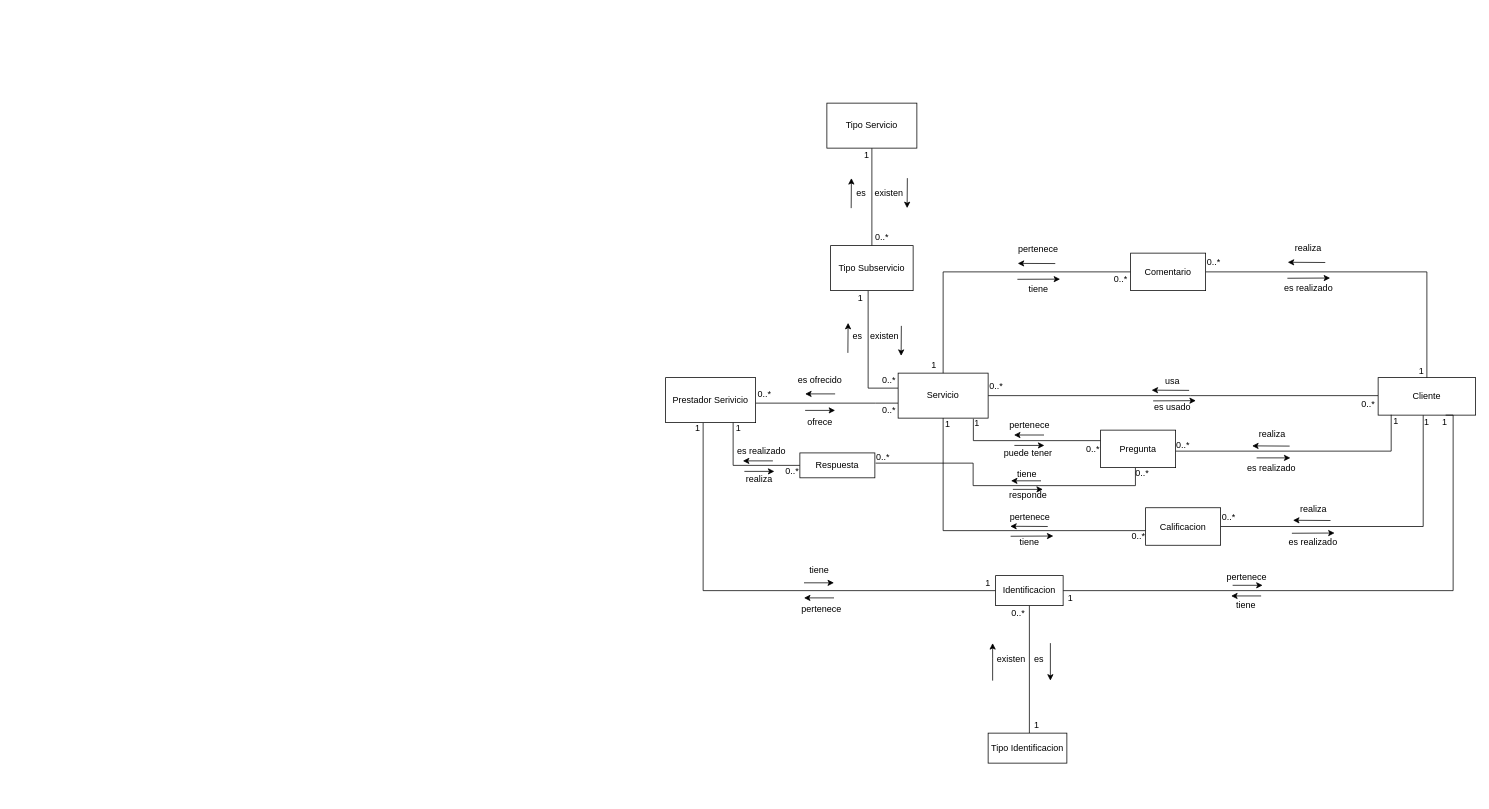
Earlier version of the draw.io diagram Extra Clase/Modelado de dominio/Modelo anemico/DDD_ModeloAnemicoExtraClase.drawio (F3liP3L/Proyecto-Documentacion). Source tidied: cells renumbered, new cells numbered last; positions are measured from the earlier drawing's top-left corner, leaving out a move shared by most shapes. Both pictures are drawn from the tidied source at 75%, with x=0, y=0 at pixel (665, 103).
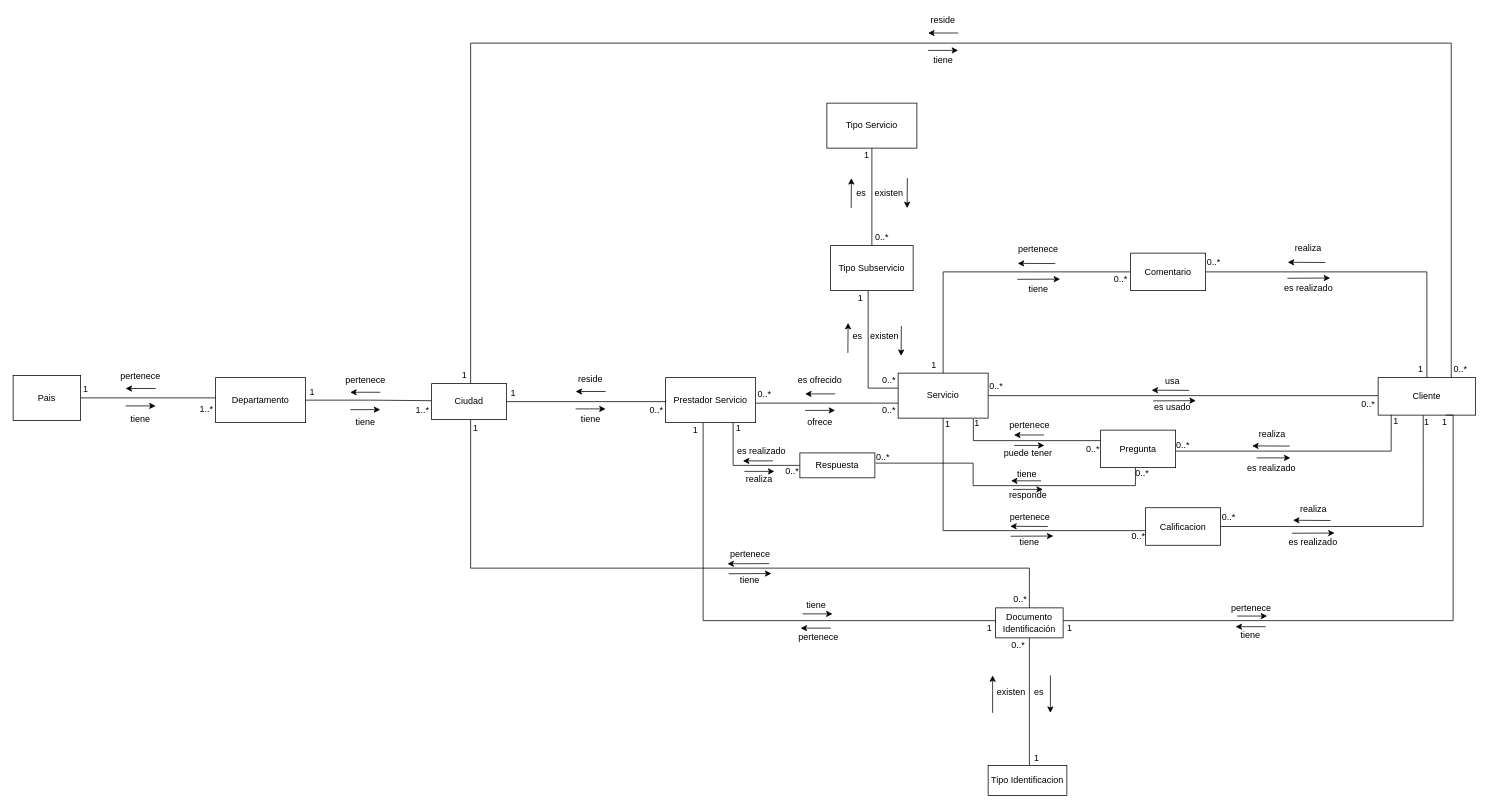
The same page after the edit.

Commit message (it also covers changes not shown here):
correcion modelo de dominio y diagrama de clases

Unchanged cells that the change refers to:
```xml
<mxCell id="11" value="Cliente" style="rounded=0;whiteSpace=wrap;html=1;" parent="1" vertex="1">
  <mxGeometry x="950" y="366" width="130" height="50" as="geometry" />
</mxCell>
```

Diff of the diagram source:
```diff
@@
     <mxCell id="3" style="edgeStyle=orthogonalEdgeStyle;rounded=0;jettySize=auto;html=1;entryX=0;entryY=0.5;entryDx=0;entryDy=0;endArrow=none;endFill=0;" parent="1" edge="1" source="4" target="20">
       <mxGeometry relative="1" as="geometry">
         <Array as="points">
-          <mxPoint x="50" y="650" />
+          <mxPoint x="50" y="690" />
+          <mxPoint x="440" y="690" />
         </Array>
       </mxGeometry>
     </mxCell>
-    <mxCell id="4" value="Prestador Serivicio" style="rounded=0;whiteSpace=wrap;html=1;" parent="1" vertex="1">
+    <mxCell id="4" value="Prestador Servicio" style="rounded=0;whiteSpace=wrap;html=1;" parent="1" vertex="1">
       <mxGeometry y="366" width="120" height="60" as="geometry" />
     </mxCell>
@@
     <mxCell id="18" style="edgeStyle=orthogonalEdgeStyle;rounded=0;jettySize=auto;html=1;endArrow=none;endFill=0;" parent="1" edge="1" source="20" target="21">
       <mxGeometry relative="1" as="geometry">
         <Array as="points">
-          <mxPoint x="485" y="855" />
+          <mxPoint x="485" y="898" />
         </Array>
       </mxGeometry>
     </mxCell>
     <mxCell id="19" style="edgeStyle=orthogonalEdgeStyle;rounded=0;jettySize=auto;html=1;endArrow=none;endFill=0;" parent="1" edge="1" source="20">
       <mxGeometry relative="1" as="geometry">
         <mxPoint x="1040" y="416" as="targetPoint" />
         <Array as="points">
-          <mxPoint x="1050" y="650" />
+          <mxPoint x="1050" y="690" />
           <mxPoint x="1050" y="416" />
         </Array>
       </mxGeometry>
     </mxCell>
-    <mxCell id="20" value="Identificacion" style="rounded=0;whiteSpace=wrap;html=1;" parent="1" vertex="1">
-      <mxGeometry x="440" y="630" width="90" height="40" as="geometry" />
+    <mxCell id="20" value="Documento Identificación" style="rounded=0;whiteSpace=wrap;html=1;" parent="1" vertex="1">
+      <mxGeometry x="440" y="673" width="90" height="40" as="geometry" />
     </mxCell>
     <mxCell id="21" value="Tipo Identificacion" style="rounded=0;whiteSpace=wrap;html=1;" parent="1" vertex="1">
-      <mxGeometry x="430" y="840" width="105" height="40" as="geometry" />
+      <mxGeometry x="430" y="883" width="105" height="40" as="geometry" />
     </mxCell>
@@
     <mxCell id="31" value="1" style="text;html=1;strokeColor=none;fillColor=none;align=center;verticalAlign=middle;whiteSpace=wrap;rounded=0;" parent="1" vertex="1">
-      <mxGeometry x="998" y="350" width="20" height="16" as="geometry" />
+      <mxGeometry x="997" y="347" width="20" height="16" as="geometry" />
     </mxCell>
     <mxCell id="32" value="1" style="text;html=1;strokeColor=none;fillColor=none;align=center;verticalAlign=middle;whiteSpace=wrap;rounded=0;" parent="1" vertex="1">
-      <mxGeometry x="484.5" y="820" width="20" height="20" as="geometry" />
+      <mxGeometry x="484.5" y="863" width="20" height="20" as="geometry" />
     </mxCell>
     <mxCell id="33" value="0..*" style="text;html=1;strokeColor=none;fillColor=none;align=center;verticalAlign=middle;whiteSpace=wrap;rounded=0;" parent="1" vertex="1">
-      <mxGeometry x="455.5" y="670" width="29" height="20" as="geometry" />
+      <mxGeometry x="455.5" y="713" width="29" height="20" as="geometry" />
     </mxCell>
     <mxCell id="34" style="endArrow=classic;html=1;rounded=0;" parent="1" edge="1">
       <mxGeometry relative="1" as="geometry">
-        <mxPoint x="436" y="770" as="sourcePoint" />
-        <mxPoint x="436" y="720" as="targetPoint" />
+        <mxPoint x="436" y="813" as="sourcePoint" />
+        <mxPoint x="436" y="763" as="targetPoint" />
         <Array as="points">
-          <mxPoint x="436" y="740" />
+          <mxPoint x="436" y="783" />
         </Array>
       </mxGeometry>
     </mxCell>
     <mxCell id="35" value="es" style="text;html=1;strokeColor=none;fillColor=none;align=center;verticalAlign=middle;whiteSpace=wrap;rounded=0;" parent="1" vertex="1">
-      <mxGeometry x="477.5" y="732" width="40" height="20" as="geometry" />
+      <mxGeometry x="477.5" y="775" width="40" height="20" as="geometry" />
     </mxCell>
     <mxCell id="36" style="endArrow=classic;html=1;rounded=0;" parent="1" edge="1">
       <mxGeometry relative="1" as="geometry">
-        <mxPoint x="513" y="720" as="sourcePoint" />
-        <mxPoint x="513" y="770" as="targetPoint" />
+        <mxPoint x="513" y="763" as="sourcePoint" />
+        <mxPoint x="513" y="813" as="targetPoint" />
       </mxGeometry>
     </mxCell>
     <mxCell id="37" value="existen" style="text;html=1;strokeColor=none;fillColor=none;align=center;verticalAlign=middle;whiteSpace=wrap;rounded=0;" parent="1" vertex="1">
-      <mxGeometry x="440.5" y="732" width="40" height="20" as="geometry" />
+      <mxGeometry x="440.5" y="775" width="40" height="20" as="geometry" />
     </mxCell>
@@
     <mxCell id="66" value="1" style="text;html=1;strokeColor=none;fillColor=none;align=center;verticalAlign=middle;whiteSpace=wrap;rounded=0;" parent="1" vertex="1">
-      <mxGeometry x="38" y="430" width="10" height="7" as="geometry" />
+      <mxGeometry x="35" y="432" width="10" height="7" as="geometry" />
     </mxCell>
     <mxCell id="67" value="1" style="text;html=1;strokeColor=none;fillColor=none;align=center;verticalAlign=middle;whiteSpace=wrap;rounded=0;" parent="1" vertex="1">
-      <mxGeometry x="420" y="630" width="20" height="20" as="geometry" />
+      <mxGeometry x="422" y="690" width="20" height="20" as="geometry" />
     </mxCell>
     <mxCell id="68" value="1" style="text;html=1;strokeColor=none;fillColor=none;align=center;verticalAlign=middle;whiteSpace=wrap;rounded=0;" parent="1" vertex="1">
-      <mxGeometry x="530" y="650" width="20" height="20" as="geometry" />
+      <mxGeometry x="529" y="690" width="20" height="20" as="geometry" />
     </mxCell>
@@
     <mxCell id="74" style="endArrow=classic;html=1;rounded=0;" parent="1" edge="1">
       <mxGeometry relative="1" as="geometry">
-        <mxPoint x="184.5" y="639.6" as="sourcePoint" />
-        <mxPoint x="224.5" y="639.6" as="targetPoint" />
+        <mxPoint x="182.5" y="681" as="sourcePoint" />
+        <mxPoint x="222.5" y="681" as="targetPoint" />
       </mxGeometry>
     </mxCell>
     <mxCell id="75" value="tiene" style="text;html=1;strokeColor=none;fillColor=none;align=center;verticalAlign=middle;whiteSpace=wrap;rounded=0;direction=west;" parent="1" vertex="1">
-      <mxGeometry x="184.5" y="613" width="40" height="20" as="geometry" />
+      <mxGeometry x="181" y="663" width="40" height="13" as="geometry" />
     </mxCell>
     <mxCell id="76" style="endArrow=classic;html=1;rounded=0;" parent="1" edge="1">
       <mxGeometry relative="1" as="geometry">
-        <mxPoint x="224.5" y="659.7" as="sourcePoint" />
-        <mxPoint x="184.5" y="659.7" as="targetPoint" />
+        <mxPoint x="220" y="700" as="sourcePoint" />
+        <mxPoint x="180" y="700" as="targetPoint" />
       </mxGeometry>
     </mxCell>
     <mxCell id="77" value="pertenece" style="text;html=1;strokeColor=none;fillColor=none;align=center;verticalAlign=middle;whiteSpace=wrap;rounded=0;direction=west;" parent="1" vertex="1">
-      <mxGeometry x="187.5" y="665" width="40" height="20" as="geometry" />
+      <mxGeometry x="184" y="702" width="40" height="20" as="geometry" />
     </mxCell>
     <mxCell id="78" style="endArrow=classic;html=1;rounded=0;" parent="1" edge="1">
       <mxGeometry relative="1" as="geometry">
-        <mxPoint x="756" y="642.9" as="sourcePoint" />
-        <mxPoint x="796" y="642.9" as="targetPoint" />
+        <mxPoint x="762" y="683.9" as="sourcePoint" />
+        <mxPoint x="802" y="683.9" as="targetPoint" />
       </mxGeometry>
     </mxCell>
     <mxCell id="79" value="pertenece" style="text;html=1;strokeColor=none;fillColor=none;align=center;verticalAlign=middle;whiteSpace=wrap;rounded=0;direction=west;" parent="1" vertex="1">
-      <mxGeometry x="755" y="627" width="40" height="10" as="geometry" />
+      <mxGeometry x="761" y="668" width="40" height="10" as="geometry" />
     </mxCell>
     <mxCell id="80" style="endArrow=classic;html=1;rounded=0;" parent="1" edge="1">
       <mxGeometry relative="1" as="geometry">
-        <mxPoint x="794" y="657.1" as="sourcePoint" />
-        <mxPoint x="754" y="657.1" as="targetPoint" />
+        <mxPoint x="800" y="698.1" as="sourcePoint" />
+        <mxPoint x="760" y="698.1" as="targetPoint" />
       </mxGeometry>
     </mxCell>
     <mxCell id="81" value="tiene" style="text;html=1;strokeColor=none;fillColor=none;align=center;verticalAlign=middle;whiteSpace=wrap;rounded=0;direction=west;" parent="1" vertex="1">
-      <mxGeometry x="754" y="661" width="40" height="16" as="geometry" />
+      <mxGeometry x="760" y="702" width="40" height="16" as="geometry" />
     </mxCell>
@@
+    <mxCell id="118" style="edgeStyle=orthogonalEdgeStyle;rounded=0;jettySize=auto;html=1;entryX=0;entryY=0.5;entryDx=0;entryDy=0;endArrow=none;endFill=0;" parent="1" edge="1" source="121" target="4">
+      <mxGeometry relative="1" as="geometry">
+        <Array as="points">
+          <mxPoint y="398" />
+        </Array>
+      </mxGeometry>
+    </mxCell>
+    <mxCell id="119" style="edgeStyle=orthogonalEdgeStyle;rounded=0;jettySize=auto;html=1;endArrow=none;endFill=0;entryX=0.5;entryY=0;entryDx=0;entryDy=0;" parent="1" edge="1" source="121" target="20">
+      <mxGeometry relative="1" as="geometry">
+        <Array as="points">
+          <mxPoint x="-260" y="620" />
+          <mxPoint x="485" y="620" />
+        </Array>
+      </mxGeometry>
+    </mxCell>
+    <mxCell id="120" style="edgeStyle=orthogonalEdgeStyle;rounded=0;jettySize=auto;html=1;endArrow=none;endFill=0;entryX=0.75;entryY=0;entryDx=0;entryDy=0;" parent="1" edge="1" source="121" target="11">
+      <mxGeometry relative="1" as="geometry">
+        <Array as="points">
+          <mxPoint x="-260" y="-80" />
+          <mxPoint x="1047" y="-80" />
+        </Array>
+      </mxGeometry>
+    </mxCell>
+    <mxCell id="121" value="Ciudad" style="rounded=0;whiteSpace=wrap;html=1;" parent="1" vertex="1">
+      <mxGeometry x="-312" y="374" width="100" height="48" as="geometry" />
+    </mxCell>
+    <mxCell id="122" style="edgeStyle=orthogonalEdgeStyle;rounded=0;jettySize=auto;html=1;endArrow=none;endFill=0;entryX=-0.004;entryY=0.474;entryDx=0;entryDy=0;entryPerimeter=0;" parent="1" edge="1" source="123" target="121">
+      <mxGeometry relative="1" as="geometry" />
+    </mxCell>
+    <mxCell id="123" value="Departamento" style="rounded=0;whiteSpace=wrap;html=1;" parent="1" vertex="1">
+      <mxGeometry x="-600" y="366" width="120" height="60" as="geometry" />
+    </mxCell>
+    <mxCell id="124" style="edgeStyle=orthogonalEdgeStyle;rounded=0;jettySize=auto;html=1;entryX=-0.001;entryY=0.45;entryDx=0;entryDy=0;entryPerimeter=0;endArrow=none;endFill=0;" parent="1" edge="1" source="125" target="123">
+      <mxGeometry relative="1" as="geometry" />
+    </mxCell>
+    <mxCell id="125" value="Pais" style="rounded=0;whiteSpace=wrap;html=1;" parent="1" vertex="1">
+      <mxGeometry x="-870" y="363" width="90" height="60" as="geometry" />
+    </mxCell>
+    <mxCell id="126" value="1" style="text;html=1;strokeColor=none;fillColor=none;align=center;verticalAlign=middle;whiteSpace=wrap;rounded=0;" parent="1" vertex="1">
+      <mxGeometry x="-208" y="383.5" width="10" height="7" as="geometry" />
+    </mxCell>
+    <mxCell id="127" value="0..*" style="text;html=1;strokeColor=none;fillColor=none;align=center;verticalAlign=middle;whiteSpace=wrap;rounded=0;" parent="1" vertex="1">
+      <mxGeometry x="-17" y="405.5" width="10" height="7" as="geometry" />
+    </mxCell>
+    <mxCell id="128" value="1" style="text;html=1;strokeColor=none;fillColor=none;align=center;verticalAlign=middle;whiteSpace=wrap;rounded=0;" parent="1" vertex="1">
+      <mxGeometry x="-476" y="381" width="10" height="7" as="geometry" />
+    </mxCell>
+    <mxCell id="129" value="1..*" style="text;html=1;strokeColor=none;fillColor=none;align=center;verticalAlign=middle;whiteSpace=wrap;rounded=0;" parent="1" vertex="1">
+      <mxGeometry x="-329" y="405.5" width="10" height="7" as="geometry" />
+    </mxCell>
+    <mxCell id="130" value="1" style="text;html=1;strokeColor=none;fillColor=none;align=center;verticalAlign=middle;whiteSpace=wrap;rounded=0;" parent="1" vertex="1">
+      <mxGeometry x="-778" y="378" width="10" height="7" as="geometry" />
+    </mxCell>
+    <mxCell id="131" value="1..*" style="text;html=1;strokeColor=none;fillColor=none;align=center;verticalAlign=middle;whiteSpace=wrap;rounded=0;" parent="1" vertex="1">
+      <mxGeometry x="-617" y="404" width="10" height="7" as="geometry" />
+    </mxCell>
+    <mxCell id="132" style="endArrow=classic;html=1;rounded=0;" parent="1" edge="1">
+      <mxGeometry relative="1" as="geometry">
+        <mxPoint x="-120" y="407.7" as="sourcePoint" />
+        <mxPoint x="-80" y="407.7" as="targetPoint" />
+      </mxGeometry>
+    </mxCell>
+    <mxCell id="133" style="endArrow=classic;html=1;rounded=0;" parent="1" edge="1">
+      <mxGeometry relative="1" as="geometry">
+        <mxPoint x="-80" y="384.5" as="sourcePoint" />
+        <mxPoint x="-120" y="384.5" as="targetPoint" />
+      </mxGeometry>
+    </mxCell>
+    <mxCell id="134" value="reside" style="text;html=1;strokeColor=none;fillColor=none;align=center;verticalAlign=middle;whiteSpace=wrap;rounded=0;direction=west;" parent="1" vertex="1">
+      <mxGeometry x="-120" y="358" width="40" height="20" as="geometry" />
+    </mxCell>
+    <mxCell id="135" value="tiene" style="text;html=1;strokeColor=none;fillColor=none;align=center;verticalAlign=middle;whiteSpace=wrap;rounded=0;direction=west;" parent="1" vertex="1">
+      <mxGeometry x="-129.5" y="411" width="59" height="20" as="geometry" />
+    </mxCell>
+    <mxCell id="136" style="endArrow=classic;html=1;rounded=0;" parent="1" edge="1">
+      <mxGeometry relative="1" as="geometry">
+        <mxPoint x="-420.5" y="408.7" as="sourcePoint" />
+        <mxPoint x="-380.5" y="408.7" as="targetPoint" />
+      </mxGeometry>
+    </mxCell>
+    <mxCell id="137" style="endArrow=classic;html=1;rounded=0;" parent="1" edge="1">
+      <mxGeometry relative="1" as="geometry">
+        <mxPoint x="-380.5" y="385.5" as="sourcePoint" />
+        <mxPoint x="-420.5" y="385.5" as="targetPoint" />
+      </mxGeometry>
+    </mxCell>
+    <mxCell id="138" value="pertenece" style="text;html=1;strokeColor=none;fillColor=none;align=center;verticalAlign=middle;whiteSpace=wrap;rounded=0;direction=west;" parent="1" vertex="1">
+      <mxGeometry x="-420.5" y="359" width="40" height="20" as="geometry" />
+    </mxCell>
+    <mxCell id="139" value="tiene" style="text;html=1;strokeColor=none;fillColor=none;align=center;verticalAlign=middle;whiteSpace=wrap;rounded=0;direction=west;" parent="1" vertex="1">
+      <mxGeometry x="-420.5" y="416" width="40" height="20" as="geometry" />
+    </mxCell>
+    <mxCell id="140" style="endArrow=classic;html=1;rounded=0;" parent="1" edge="1">
+      <mxGeometry relative="1" as="geometry">
+        <mxPoint x="-720" y="403.7" as="sourcePoint" />
+        <mxPoint x="-680" y="403.7" as="targetPoint" />
+      </mxGeometry>
+    </mxCell>
+    <mxCell id="141" style="endArrow=classic;html=1;rounded=0;" parent="1" edge="1">
+      <mxGeometry relative="1" as="geometry">
+        <mxPoint x="-680" y="380.5" as="sourcePoint" />
+        <mxPoint x="-720" y="380.5" as="targetPoint" />
+      </mxGeometry>
+    </mxCell>
+    <mxCell id="142" value="pertenece" style="text;html=1;strokeColor=none;fillColor=none;align=center;verticalAlign=middle;whiteSpace=wrap;rounded=0;direction=west;" parent="1" vertex="1">
+      <mxGeometry x="-720" y="354" width="40" height="20" as="geometry" />
+    </mxCell>
+    <mxCell id="143" value="tiene" style="text;html=1;strokeColor=none;fillColor=none;align=center;verticalAlign=middle;whiteSpace=wrap;rounded=0;direction=west;" parent="1" vertex="1">
+      <mxGeometry x="-720" y="411" width="40" height="20" as="geometry" />
+    </mxCell>
+    <mxCell id="144" value="1" style="text;html=1;strokeColor=none;fillColor=none;align=center;verticalAlign=middle;whiteSpace=wrap;rounded=0;" parent="1" vertex="1">
+      <mxGeometry x="-273" y="359" width="10" height="7" as="geometry" />
+    </mxCell>
+    <mxCell id="145" value="0..*" style="text;html=1;strokeColor=none;fillColor=none;align=center;verticalAlign=middle;whiteSpace=wrap;rounded=0;" parent="1" vertex="1">
+      <mxGeometry x="1055" y="351.5" width="10" height="7" as="geometry" />
+    </mxCell>
+    <mxCell id="146" style="endArrow=classic;html=1;rounded=0;" parent="1" edge="1">
+      <mxGeometry relative="1" as="geometry">
+        <mxPoint x="350" y="-70.3" as="sourcePoint" />
+        <mxPoint x="390" y="-70.3" as="targetPoint" />
+      </mxGeometry>
+    </mxCell>
+    <mxCell id="147" style="endArrow=classic;html=1;rounded=0;" parent="1" edge="1">
+      <mxGeometry relative="1" as="geometry">
+        <mxPoint x="390" y="-93.5" as="sourcePoint" />
+        <mxPoint x="350" y="-93.5" as="targetPoint" />
+      </mxGeometry>
+    </mxCell>
+    <mxCell id="148" value="reside" style="text;html=1;strokeColor=none;fillColor=none;align=center;verticalAlign=middle;whiteSpace=wrap;rounded=0;direction=west;" parent="1" vertex="1">
+      <mxGeometry x="350" y="-120" width="40" height="20" as="geometry" />
+    </mxCell>
+    <mxCell id="149" value="tiene" style="text;html=1;strokeColor=none;fillColor=none;align=center;verticalAlign=middle;whiteSpace=wrap;rounded=0;direction=west;" parent="1" vertex="1">
+      <mxGeometry x="340.5" y="-67" width="59" height="20" as="geometry" />
+    </mxCell>
+    <mxCell id="150" value="1" style="text;html=1;strokeColor=none;fillColor=none;align=center;verticalAlign=middle;whiteSpace=wrap;rounded=0;" parent="1" vertex="1">
+      <mxGeometry x="-258" y="429" width="10" height="7" as="geometry" />
+    </mxCell>
+    <mxCell id="151" value="0..*" style="text;html=1;strokeColor=none;fillColor=none;align=center;verticalAlign=middle;whiteSpace=wrap;rounded=0;" parent="1" vertex="1">
+      <mxGeometry x="467.8" y="658" width="10" height="7" as="geometry" />
+    </mxCell>
+    <mxCell id="152" style="endArrow=classic;html=1;rounded=0;" parent="1" edge="1">
+      <mxGeometry relative="1" as="geometry">
+        <mxPoint x="138" y="614" as="sourcePoint" />
+        <mxPoint x="82.5" y="614.2" as="targetPoint" />
+      </mxGeometry>
+    </mxCell>
+    <mxCell id="153" value="tiene" style="text;html=1;strokeColor=none;fillColor=none;align=center;verticalAlign=middle;whiteSpace=wrap;rounded=0;direction=west;" parent="1" vertex="1">
+      <mxGeometry x="96.5" y="631.2" width="31" height="9.5" as="geometry" />
+    </mxCell>
+    <mxCell id="154" style="endArrow=classic;html=1;rounded=0;" parent="1" edge="1">
+      <mxGeometry relative="1" as="geometry">
+        <mxPoint x="84" y="627.5" as="sourcePoint" />
+        <mxPoint x="141" y="627.2" as="targetPoint" />
+      </mxGeometry>
+    </mxCell>
+    <mxCell id="155" value="pertenece" style="text;html=1;strokeColor=none;fillColor=none;align=center;verticalAlign=middle;whiteSpace=wrap;rounded=0;direction=west;" parent="1" vertex="1">
+      <mxGeometry x="87" y="599" width="52" height="6.5" as="geometry" />
+    </mxCell>
```
